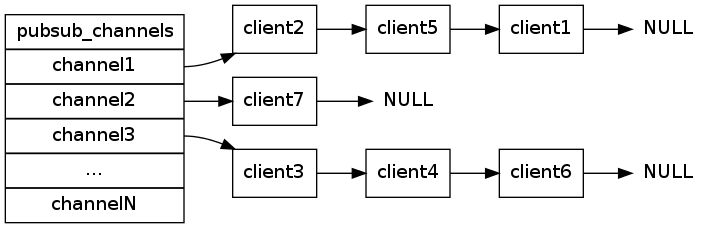
Before: feature/image/pubsub.png, a diagram exported from Graphviz (huangzworks/redisbook). Its source is kept beside it as feature/image/pubsub.dot.
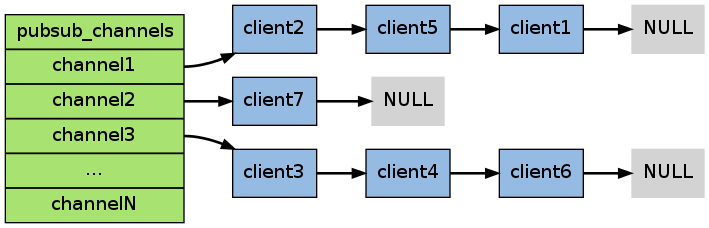
After the change.

What changed in the source:
```diff
@@ -2,14 +2,16 @@
 
     rankdir = LR;
 
-    node [shape = record];
+    node [shape = record, style = filled];
+
+    edge [style = bold];
 
 
-    pubsub [label = "pubsub_channels |<channel1> channel1 |<channel2> channel2 |<channel3> channel3 | ... |<channelN> channelN"];
+    pubsub [label = "pubsub_channels |<channel1> channel1 |<channel2> channel2 |<channel3> channel3 | ... |<channelN> channelN", fillcolor = "#A8E270"];
 
-    client1 [label = "client1"];
-    client5 [label = "client5"];
-    client2 [label = "client2"];
+    client1 [label = "client1", fillcolor = "#95BBE3"];
+    client5 [label = "client5", fillcolor = "#95BBE3"];
+    client2 [label = "client2", fillcolor = "#95BBE3"];
     null_1 [label = "NULL", shape = plaintext];
 
     pubsub:channel1 -> client2;
@@ -17,16 +19,16 @@
     client5 -> client1;
     client1 -> null_1;
 
-    client7 [label = "client7"];
+    client7 [label = "client7", fillcolor = "#95BBE3"];
     null_2 [label = "NULL", shape = plaintext];
 
     pubsub:channel2 -> client7;
     client7 -> null_2;
 
 
-    client3 [label = "client3"];
-    client4 [label = "client4"];
-    client6 [label = "client6"];
+    client3 [label = "client3", fillcolor = "#95BBE3"];
+    client4 [label = "client4", fillcolor = "#95BBE3"];
+    client6 [label = "client6", fillcolor = "#95BBE3"];
     null_3 [label = "NULL", shape = plaintext];
 
     pubsub:channel3 -> client3;
```
